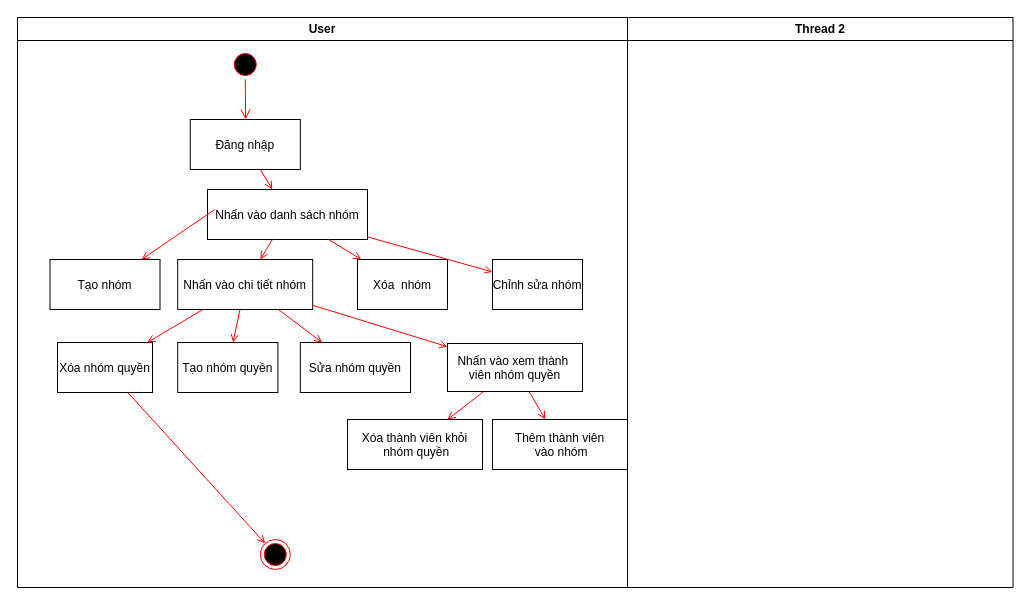
This is BlogProject/BlogProject/PhanQuyenActivity.drawio from TranThanhHoang123/Blog, a draw.io file, before an edit. Source tidied: cells renumbered, new cells numbered last; positions are measured from the earlier drawing's top-left corner, leaving out a move shared by most shapes. Both pictures are drawn from the tidied source at 100%, with x=0, y=0 at pixel (17, 17).
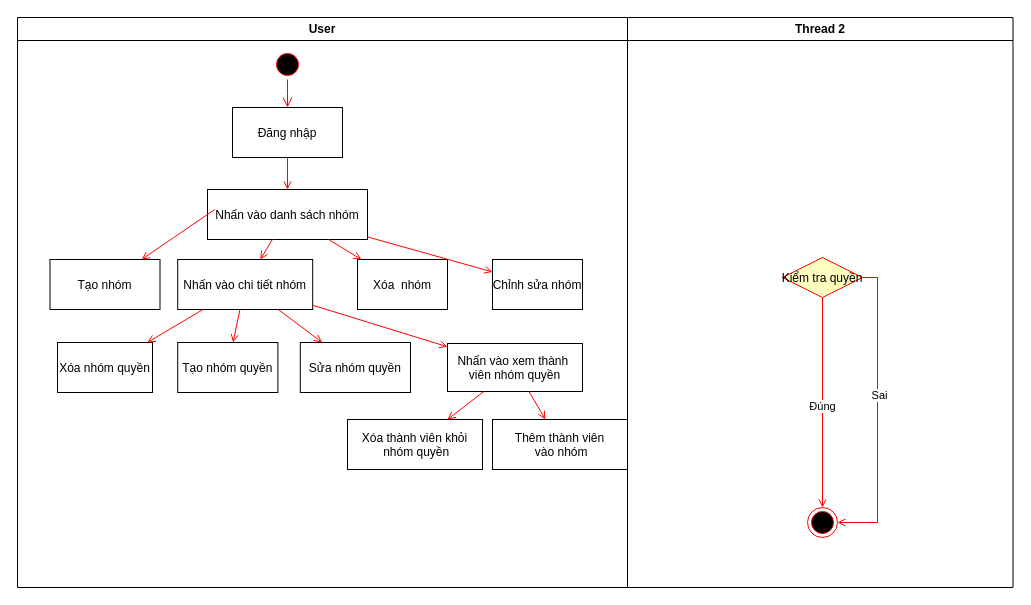
Above is the later version.

Unchanged cells that the change refers to:
```xml
<mxCell id="2" value="User" style="swimlane;whiteSpace=wrap;" parent="1" vertex="1">
  <mxGeometry width="610" height="570" as="geometry" />
</mxCell>
<mxCell id="15" value="Xóa nhóm quyền" parent="2" vertex="1">
  <mxGeometry x="40" y="325" width="95" height="50" as="geometry" />
</mxCell>
<mxCell id="30" value="Thread 2" style="swimlane;whiteSpace=wrap;" parent="1" vertex="1">
  <mxGeometry x="610" width="385.5" height="570" as="geometry" />
</mxCell>
```

The edit, as a diff of the source:
```diff
@@
     <mxCell id="3" style="ellipse;shape=startState;fillColor=#000000;strokeColor=#ff0000;" parent="2" vertex="1">
-      <mxGeometry x="212.8" y="32" width="30" height="30" as="geometry" />
+      <mxGeometry x="255" y="32" width="30" height="30" as="geometry" />
     </mxCell>
@@
     <mxCell id="5" value="Đăng nhập" parent="2" vertex="1">
-      <mxGeometry x="172.8" y="102" width="110" height="50" as="geometry" />
+      <mxGeometry x="215" y="90" width="110" height="50" as="geometry" />
     </mxCell>
@@
-    <mxCell id="28" style="ellipse;shape=endState;fillColor=#000000;strokeColor=#ff0000;" parent="2" vertex="1">
-      <mxGeometry x="242.8" y="522" width="30" height="30" as="geometry" />
-    </mxCell>
-    <mxCell id="29" style="endArrow=open;strokeColor=#FF0000;endFill=1;rounded=0;" parent="2" edge="1" source="15" target="28">
-      <mxGeometry relative="1" as="geometry" />
-    </mxCell>
@@
+    <mxCell id="28" style="ellipse;shape=endState;fillColor=#000000;strokeColor=#ff0000;" parent="30" vertex="1">
+      <mxGeometry x="180" y="490" width="30" height="30" as="geometry" />
+    </mxCell>
+    <mxCell id="33" value="Kiểm tra quyền" style="rhombus;fillColor=#ffffc0;strokeColor=#ff0000;" parent="30" vertex="1">
+      <mxGeometry x="155" y="240" width="80" height="40" as="geometry" />
+    </mxCell>
+    <mxCell id="34" style="endArrow=open;strokeColor=#FF0000;endFill=1;rounded=0;" parent="30" edge="1" source="33" target="28">
+      <mxGeometry relative="1" as="geometry" />
+    </mxCell>
+    <mxCell id="35" value="Đúng" style="edgeLabel;html=1;align=center;verticalAlign=middle;" parent="34" vertex="1">
+      <mxGeometry x="0.03" y="-1" relative="1" as="geometry" />
+    </mxCell>
+    <mxCell id="36" style="endArrow=open;strokeColor=#FF0000;endFill=1;rounded=0;" parent="30" edge="1" source="33" target="28">
+      <mxGeometry relative="1" as="geometry">
+        <Array as="points">
+          <mxPoint x="250" y="260" />
+          <mxPoint x="250" y="505" />
+        </Array>
+      </mxGeometry>
+    </mxCell>
+    <mxCell id="37" value="Sai" style="edgeLabel;html=1;align=center;verticalAlign=middle;" parent="36" vertex="1">
+      <mxGeometry x="-0.12" y="1" relative="1" as="geometry" />
+    </mxCell>
```
